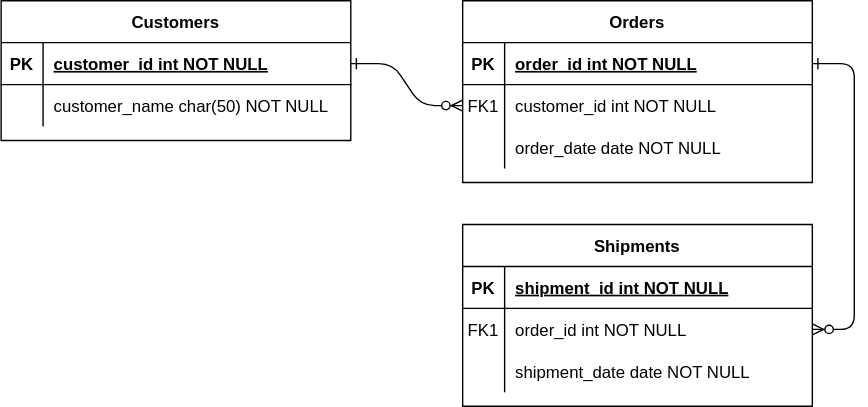
Above: DataBase/ERD/자산실사관리.svg in futuremaker019/TIL (draw.io), before the change. Source tidied: cells renumbered, new cells last; positions are measured from the earlier drawing's top-left corner, leaving out a move shared by most shapes.
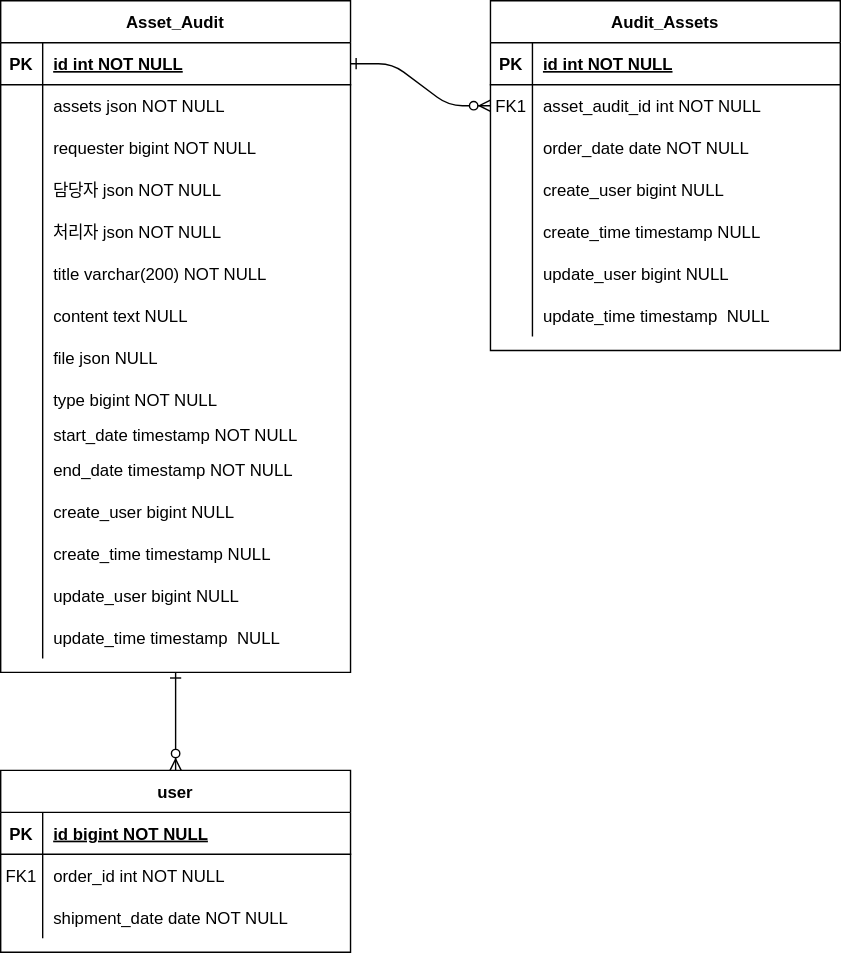
Later version of the same file.

Commit message:
자산실사관리 업데이트

The edit, as a diff of the source:
```diff
@@ -5,11 +5,8 @@
     <mxCell id="2" style="edgeStyle=entityRelationEdgeStyle;endArrow=ERzeroToMany;startArrow=ERone;endFill=1;startFill=0;" parent="1" edge="1" source="25" target="8">
       <mxGeometry relative="1" as="geometry" />
     </mxCell>
-    <mxCell id="3" style="edgeStyle=entityRelationEdgeStyle;endArrow=ERzeroToMany;startArrow=ERone;endFill=1;startFill=0;" parent="1" edge="1" source="5" target="18">
-      <mxGeometry relative="1" as="geometry" />
-    </mxCell>
-    <mxCell id="4" value="Orders" style="shape=table;startSize=30;rowLines=0;fontStyle=1;align=center;" parent="1" vertex="1">
-      <mxGeometry x="330" width="250" height="130" as="geometry" />
+    <mxCell id="4" value="Audit_Assets" style="shape=table;startSize=30;rowLines=0;fontStyle=1;align=center;" parent="1" vertex="1">
+      <mxGeometry x="280" y="-90" width="250" height="250" as="geometry" />
     </mxCell>
     <mxCell id="5" style="shape=partialRectangle;fillColor=none;points=[[0,0.5],[1,0.5]];portConstraint=eastwest;top=0;left=0;right=0;bottom=1;" parent="4" vertex="1">
       <mxGeometry y="30" width="250" height="30" as="geometry" />
@@ -17,7 +14,7 @@
     <mxCell id="6" value="PK" style="shape=partialRectangle;overflow=hidden;fillColor=none;top=0;left=0;bottom=0;right=0;fontStyle=1;" parent="5" vertex="1">
       <mxGeometry width="30" height="30" as="geometry" />
     </mxCell>
-    <mxCell id="7" value="order_id int NOT NULL " style="shape=partialRectangle;overflow=hidden;fillColor=none;top=0;left=0;bottom=0;right=0;align=left;spacingLeft=6;fontStyle=5;" parent="5" vertex="1">
+    <mxCell id="7" value="id int NOT NULL " style="shape=partialRectangle;overflow=hidden;fillColor=none;top=0;left=0;bottom=0;right=0;align=left;spacingLeft=6;fontStyle=5;" parent="5" vertex="1">
       <mxGeometry x="30" width="220" height="30" as="geometry" />
     </mxCell>
     <mxCell id="8" style="shape=partialRectangle;fillColor=none;points=[[0,0.5],[1,0.5]];portConstraint=eastwest;top=0;left=0;right=0;bottom=0;" parent="4" vertex="1">
@@ -26,7 +23,7 @@
     <mxCell id="9" value="FK1" style="shape=partialRectangle;overflow=hidden;fillColor=none;top=0;left=0;bottom=0;right=0;" parent="8" vertex="1">
       <mxGeometry width="30" height="30" as="geometry" />
     </mxCell>
-    <mxCell id="10" value="customer_id int NOT NULL" style="shape=partialRectangle;overflow=hidden;fillColor=none;top=0;left=0;bottom=0;right=0;align=left;spacingLeft=6;" parent="8" vertex="1">
+    <mxCell id="10" value="asset_audit_id int NOT NULL" style="shape=partialRectangle;overflow=hidden;fillColor=none;top=0;left=0;bottom=0;right=0;align=left;spacingLeft=6;" parent="8" vertex="1">
       <mxGeometry x="30" width="220" height="30" as="geometry" />
     </mxCell>
     <mxCell id="11" style="shape=partialRectangle;fillColor=none;top=0;left=0;right=0;bottom=0;" parent="4" vertex="1">
@@ -38,8 +35,44 @@
     <mxCell id="13" value="order_date date NOT NULL" style="shape=partialRectangle;overflow=hidden;fillColor=none;top=0;left=0;bottom=0;right=0;align=left;spacingLeft=6;" parent="11" vertex="1">
       <mxGeometry x="30" width="220" height="30" as="geometry" />
     </mxCell>
+    <mxCell id="31" style="shape=partialRectangle;fillColor=none;top=0;left=0;right=0;bottom=0;" parent="4" vertex="1">
+      <mxGeometry y="120" width="250" height="30" as="geometry" />
+    </mxCell>
+    <mxCell id="32" style="shape=partialRectangle;overflow=hidden;fillColor=none;top=0;left=0;bottom=0;right=0;" parent="31" vertex="1">
+      <mxGeometry width="30" height="30" as="geometry" />
+    </mxCell>
+    <mxCell id="33" style="shape=partialRectangle;overflow=hidden;fillColor=none;top=0;left=0;bottom=0;right=0;align=left;spacingLeft=6;" parent="31" vertex="1">
+      <mxGeometry x="30" width="220" height="30" as="geometry" />
+    </mxCell>
+    <mxCell id="34" style="shape=partialRectangle;fillColor=none;top=0;left=0;right=0;bottom=0;" parent="4" vertex="1">
+      <mxGeometry y="150" width="250" height="30" as="geometry" />
+    </mxCell>
+    <mxCell id="35" style="shape=partialRectangle;overflow=hidden;fillColor=none;top=0;left=0;bottom=0;right=0;" parent="34" vertex="1">
+      <mxGeometry width="30" height="30" as="geometry" />
+    </mxCell>
+    <mxCell id="36" style="shape=partialRectangle;overflow=hidden;fillColor=none;top=0;left=0;bottom=0;right=0;align=left;spacingLeft=6;" parent="34" vertex="1">
+      <mxGeometry x="30" width="220" height="30" as="geometry" />
+    </mxCell>
+    <mxCell id="37" style="shape=partialRectangle;fillColor=none;top=0;left=0;right=0;bottom=0;" parent="4" vertex="1">
+      <mxGeometry y="180" width="250" height="30" as="geometry" />
+    </mxCell>
+    <mxCell id="38" style="shape=partialRectangle;overflow=hidden;fillColor=none;top=0;left=0;bottom=0;right=0;" parent="37" vertex="1">
+      <mxGeometry width="30" height="30" as="geometry" />
+    </mxCell>
+    <mxCell id="39" style="shape=partialRectangle;overflow=hidden;fillColor=none;top=0;left=0;bottom=0;right=0;align=left;spacingLeft=6;" parent="37" vertex="1">
+      <mxGeometry x="30" width="220" height="30" as="geometry" />
+    </mxCell>
+    <mxCell id="40" style="shape=partialRectangle;fillColor=none;top=0;left=0;right=0;bottom=0;" parent="4" vertex="1">
+      <mxGeometry y="210" width="250" height="30" as="geometry" />
+    </mxCell>
+    <mxCell id="41" style="shape=partialRectangle;overflow=hidden;fillColor=none;top=0;left=0;bottom=0;right=0;" parent="40" vertex="1">
+      <mxGeometry width="30" height="30" as="geometry" />
+    </mxCell>
+    <mxCell id="42" style="shape=partialRectangle;overflow=hidden;fillColor=none;top=0;left=0;bottom=0;right=0;align=left;spacingLeft=6;" parent="40" vertex="1">
+      <mxGeometry x="30" width="220" height="30" as="geometry" />
+    </mxCell>
-    <mxCell id="14" value="Shipments" style="shape=table;startSize=30;rowLines=0;fontStyle=1;align=center;" parent="1" vertex="1">
-      <mxGeometry x="330" y="160" width="250" height="130" as="geometry" />
+    <mxCell id="14" value="user" style="shape=table;startSize=30;rowLines=0;fontStyle=1;align=center;" parent="1" vertex="1">
+      <mxGeometry x="-70" y="460" width="250" height="130" as="geometry" />
     </mxCell>
     <mxCell id="15" style="shape=partialRectangle;fillColor=none;top=0;left=0;right=0;bottom=1;" parent="14" vertex="1">
       <mxGeometry y="30" width="250" height="30" as="geometry" />
@@ -47,7 +80,7 @@
     <mxCell id="16" value="PK" style="shape=partialRectangle;overflow=hidden;fillColor=none;top=0;left=0;bottom=0;right=0;fontStyle=1;" parent="15" vertex="1">
       <mxGeometry width="30" height="30" as="geometry" />
     </mxCell>
-    <mxCell id="17" value="shipment_id int NOT NULL " style="shape=partialRectangle;overflow=hidden;fillColor=none;top=0;left=0;bottom=0;right=0;align=left;spacingLeft=6;fontStyle=5;" parent="15" vertex="1">
+    <mxCell id="17" value="id bigint NOT NULL " style="shape=partialRectangle;overflow=hidden;fillColor=none;top=0;left=0;bottom=0;right=0;align=left;spacingLeft=6;fontStyle=5;" parent="15" vertex="1">
       <mxGeometry x="30" width="220" height="30" as="geometry" />
     </mxCell>
     <mxCell id="18" style="shape=partialRectangle;fillColor=none;points=[[0,0.5],[1,0.5]];portConstraint=eastwest;top=0;left=0;right=0;bottom=0;" parent="14" vertex="1">
@@ -68,8 +101,8 @@
     <mxCell id="23" value="shipment_date date NOT NULL" style="shape=partialRectangle;overflow=hidden;fillColor=none;top=0;left=0;bottom=0;right=0;align=left;spacingLeft=6;" parent="21" vertex="1">
       <mxGeometry x="30" width="220" height="30" as="geometry" />
     </mxCell>
-    <mxCell id="24" value="Customers" style="shape=table;startSize=30;rowLines=0;fontStyle=1;align=center;" parent="1" vertex="1">
-      <mxGeometry width="250" height="100" as="geometry" />
+    <mxCell id="24" value="Asset_Audit" style="shape=table;startSize=30;rowLines=0;fontStyle=1;align=center;" parent="1" vertex="1">
+      <mxGeometry x="-70" y="-90" width="250" height="480" as="geometry" />
     </mxCell>
     <mxCell id="25" style="shape=partialRectangle;fillColor=none;points=[[0,0.5],[1,0.5]];portConstraint=eastwest;top=0;left=0;right=0;bottom=1;" parent="24" vertex="1">
       <mxGeometry y="30" width="250" height="30" as="geometry" />
@@ -77,7 +110,7 @@
     <mxCell id="26" value="PK" style="shape=partialRectangle;overflow=hidden;fillColor=none;top=0;left=0;bottom=0;right=0;fontStyle=1;" parent="25" vertex="1">
       <mxGeometry width="30" height="30" as="geometry" />
     </mxCell>
-    <mxCell id="27" value="customer_id int NOT NULL " style="shape=partialRectangle;overflow=hidden;fillColor=none;top=0;left=0;bottom=0;right=0;align=left;spacingLeft=6;fontStyle=5;" parent="25" vertex="1">
+    <mxCell id="27" value="id int NOT NULL " style="shape=partialRectangle;overflow=hidden;fillColor=none;top=0;left=0;bottom=0;right=0;align=left;spacingLeft=6;fontStyle=5;" parent="25" vertex="1">
       <mxGeometry x="30" width="220" height="30" as="geometry" />
     </mxCell>
     <mxCell id="28" style="shape=partialRectangle;fillColor=none;top=0;left=0;right=0;bottom=0;" parent="24" vertex="1">
@@ -86,8 +119,140 @@
     <mxCell id="29" style="shape=partialRectangle;overflow=hidden;fillColor=none;top=0;left=0;bottom=0;right=0;" parent="28" vertex="1">
       <mxGeometry width="30" height="30" as="geometry" />
     </mxCell>
-    <mxCell id="30" value="customer_name char(50) NOT NULL" style="shape=partialRectangle;overflow=hidden;fillColor=none;top=0;left=0;bottom=0;right=0;align=left;spacingLeft=6;" parent="28" vertex="1">
+    <mxCell id="30" value="assets json NOT NULL" style="shape=partialRectangle;overflow=hidden;fillColor=none;top=0;left=0;bottom=0;right=0;align=left;spacingLeft=6;" parent="28" vertex="1">
       <mxGeometry x="30" width="220" height="30" as="geometry" />
     </mxCell>
+    <mxCell id="43" style="shape=partialRectangle;fillColor=none;top=0;left=0;right=0;bottom=0;" parent="24" vertex="1">
+      <mxGeometry y="90" width="250" height="30" as="geometry" />
+    </mxCell>
+    <mxCell id="44" style="shape=partialRectangle;overflow=hidden;fillColor=none;top=0;left=0;bottom=0;right=0;" parent="43" vertex="1">
+      <mxGeometry width="30" height="30" as="geometry" />
+    </mxCell>
+    <mxCell id="45" value="requester bigint NOT NULL" style="shape=partialRectangle;overflow=hidden;fillColor=none;top=0;left=0;bottom=0;right=0;align=left;spacingLeft=6;" parent="43" vertex="1">
+      <mxGeometry x="30" width="220" height="30" as="geometry" />
+    </mxCell>
+    <mxCell id="46" style="shape=partialRectangle;fillColor=none;top=0;left=0;right=0;bottom=0;" parent="24" vertex="1">
+      <mxGeometry y="120" width="250" height="30" as="geometry" />
+    </mxCell>
+    <mxCell id="47" style="shape=partialRectangle;overflow=hidden;fillColor=none;top=0;left=0;bottom=0;right=0;" parent="46" vertex="1">
+      <mxGeometry width="30" height="30" as="geometry" />
+    </mxCell>
+    <mxCell id="48" value="담당자 json NOT NULL" style="shape=partialRectangle;overflow=hidden;fillColor=none;top=0;left=0;bottom=0;right=0;align=left;spacingLeft=6;" parent="46" vertex="1">
+      <mxGeometry x="30" width="220" height="30" as="geometry" />
+    </mxCell>
+    <mxCell id="49" style="shape=partialRectangle;fillColor=none;top=0;left=0;right=0;bottom=0;" parent="24" vertex="1">
+      <mxGeometry y="150" width="250" height="30" as="geometry" />
+    </mxCell>
+    <mxCell id="50" style="shape=partialRectangle;overflow=hidden;fillColor=none;top=0;left=0;bottom=0;right=0;" parent="49" vertex="1">
+      <mxGeometry width="30" height="30" as="geometry" />
+    </mxCell>
+    <mxCell id="51" value="처리자 json NOT NULL" style="shape=partialRectangle;overflow=hidden;fillColor=none;top=0;left=0;bottom=0;right=0;align=left;spacingLeft=6;" parent="49" vertex="1">
+      <mxGeometry x="30" width="220" height="30" as="geometry" />
+    </mxCell>
+    <mxCell id="52" style="shape=partialRectangle;fillColor=none;top=0;left=0;right=0;bottom=0;" parent="24" vertex="1">
+      <mxGeometry y="180" width="250" height="30" as="geometry" />
+    </mxCell>
+    <mxCell id="53" style="shape=partialRectangle;overflow=hidden;fillColor=none;top=0;left=0;bottom=0;right=0;" parent="52" vertex="1">
+      <mxGeometry width="30" height="30" as="geometry" />
+    </mxCell>
+    <mxCell id="54" value="title varchar(200) NOT NULL" style="shape=partialRectangle;overflow=hidden;fillColor=none;top=0;left=0;bottom=0;right=0;align=left;spacingLeft=6;" parent="52" vertex="1">
+      <mxGeometry x="30" width="220" height="30" as="geometry" />
+    </mxCell>
+    <mxCell id="55" style="shape=partialRectangle;fillColor=none;top=0;left=0;right=0;bottom=0;" parent="24" vertex="1">
+      <mxGeometry y="210" width="250" height="30" as="geometry" />
+    </mxCell>
+    <mxCell id="56" style="shape=partialRectangle;overflow=hidden;fillColor=none;top=0;left=0;bottom=0;right=0;" parent="55" vertex="1">
+      <mxGeometry width="30" height="30" as="geometry" />
+    </mxCell>
+    <mxCell id="57" value="content text NULL" style="shape=partialRectangle;overflow=hidden;fillColor=none;top=0;left=0;bottom=0;right=0;align=left;spacingLeft=6;" parent="55" vertex="1">
+      <mxGeometry x="30" width="220" height="30" as="geometry" />
+    </mxCell>
+    <mxCell id="58" style="shape=partialRectangle;fillColor=none;top=0;left=0;right=0;bottom=0;" parent="24" vertex="1">
+      <mxGeometry y="240" width="250" height="30" as="geometry" />
+    </mxCell>
+    <mxCell id="59" style="shape=partialRectangle;overflow=hidden;fillColor=none;top=0;left=0;bottom=0;right=0;" parent="58" vertex="1">
+      <mxGeometry width="30" height="30" as="geometry" />
+    </mxCell>
+    <mxCell id="60" value="file json NULL" style="shape=partialRectangle;overflow=hidden;fillColor=none;top=0;left=0;bottom=0;right=0;align=left;spacingLeft=6;" parent="58" vertex="1">
+      <mxGeometry x="30" width="220" height="30" as="geometry" />
+    </mxCell>
+    <mxCell id="61" style="shape=partialRectangle;fillColor=none;top=0;left=0;right=0;bottom=0;" parent="24" vertex="1">
+      <mxGeometry y="270" width="250" height="30" as="geometry" />
+    </mxCell>
+    <mxCell id="62" style="shape=partialRectangle;overflow=hidden;fillColor=none;top=0;left=0;bottom=0;right=0;" parent="61" vertex="1">
+      <mxGeometry width="30" height="30" as="geometry" />
+    </mxCell>
+    <mxCell id="63" value="type bigint NOT NULL" style="shape=partialRectangle;overflow=hidden;fillColor=none;top=0;left=0;bottom=0;right=0;align=left;spacingLeft=6;" parent="61" vertex="1">
+      <mxGeometry x="30" width="220" height="30" as="geometry" />
+    </mxCell>
+    <mxCell id="64" style="shape=partialRectangle;fillColor=none;top=0;left=0;right=0;bottom=0;" parent="24" vertex="1">
+      <mxGeometry y="300" width="250" height="20" as="geometry" />
+    </mxCell>
+    <mxCell id="65" style="shape=partialRectangle;overflow=hidden;fillColor=none;top=0;left=0;bottom=0;right=0;" parent="64" vertex="1">
+      <mxGeometry width="30" height="20" as="geometry" />
+    </mxCell>
+    <mxCell id="66" value="start_date timestamp NOT NULL" style="shape=partialRectangle;overflow=hidden;fillColor=none;top=0;left=0;bottom=0;right=0;align=left;spacingLeft=6;" parent="64" vertex="1">
+      <mxGeometry x="30" width="220" height="20" as="geometry" />
+    </mxCell>
+    <mxCell id="67" style="shape=partialRectangle;fillColor=none;top=0;left=0;right=0;bottom=0;" parent="24" vertex="1">
+      <mxGeometry y="320" width="250" height="30" as="geometry" />
+    </mxCell>
+    <mxCell id="68" style="shape=partialRectangle;overflow=hidden;fillColor=none;top=0;left=0;bottom=0;right=0;" parent="67" vertex="1">
+      <mxGeometry width="30" height="30" as="geometry" />
+    </mxCell>
+    <mxCell id="69" value="end_date timestamp NOT NULL" style="shape=partialRectangle;overflow=hidden;fillColor=none;top=0;left=0;bottom=0;right=0;align=left;spacingLeft=6;" parent="67" vertex="1">
+      <mxGeometry x="30" width="220" height="30" as="geometry" />
+    </mxCell>
+    <mxCell id="70" style="shape=partialRectangle;fillColor=none;top=0;left=0;right=0;bottom=0;" parent="24" vertex="1">
+      <mxGeometry y="350" width="250" height="30" as="geometry" />
+    </mxCell>
+    <mxCell id="71" style="shape=partialRectangle;overflow=hidden;fillColor=none;top=0;left=0;bottom=0;right=0;" parent="70" vertex="1">
+      <mxGeometry width="30" height="30" as="geometry" />
+    </mxCell>
+    <mxCell id="72" value="create_user bigint NULL" style="shape=partialRectangle;overflow=hidden;fillColor=none;top=0;left=0;bottom=0;right=0;align=left;spacingLeft=6;" parent="70" vertex="1">
+      <mxGeometry x="30" width="220" height="30" as="geometry" />
+    </mxCell>
+    <mxCell id="73" style="shape=partialRectangle;fillColor=none;top=0;left=0;right=0;bottom=0;" parent="24" vertex="1">
+      <mxGeometry y="380" width="250" height="30" as="geometry" />
+    </mxCell>
+    <mxCell id="74" style="shape=partialRectangle;overflow=hidden;fillColor=none;top=0;left=0;bottom=0;right=0;" parent="73" vertex="1">
+      <mxGeometry width="30" height="30" as="geometry" />
+    </mxCell>
+    <mxCell id="75" value="create_time timestamp NULL" style="shape=partialRectangle;overflow=hidden;fillColor=none;top=0;left=0;bottom=0;right=0;align=left;spacingLeft=6;" parent="73" vertex="1">
+      <mxGeometry x="30" width="220" height="30" as="geometry" />
+    </mxCell>
+    <mxCell id="76" style="shape=partialRectangle;fillColor=none;top=0;left=0;right=0;bottom=0;" parent="24" vertex="1">
+      <mxGeometry y="410" width="250" height="30" as="geometry" />
+    </mxCell>
+    <mxCell id="77" style="shape=partialRectangle;overflow=hidden;fillColor=none;top=0;left=0;bottom=0;right=0;" parent="76" vertex="1">
+      <mxGeometry width="30" height="30" as="geometry" />
+    </mxCell>
+    <mxCell id="78" value="update_user bigint NULL" style="shape=partialRectangle;overflow=hidden;fillColor=none;top=0;left=0;bottom=0;right=0;align=left;spacingLeft=6;" parent="76" vertex="1">
+      <mxGeometry x="30" width="220" height="30" as="geometry" />
+    </mxCell>
+    <mxCell id="79" style="shape=partialRectangle;fillColor=none;top=0;left=0;right=0;bottom=0;" parent="24" vertex="1">
+      <mxGeometry y="440" width="250" height="30" as="geometry" />
+    </mxCell>
+    <mxCell id="80" style="shape=partialRectangle;overflow=hidden;fillColor=none;top=0;left=0;bottom=0;right=0;" parent="79" vertex="1">
+      <mxGeometry width="30" height="30" as="geometry" />
+    </mxCell>
+    <mxCell id="81" value="update_time timestamp  NULL" style="shape=partialRectangle;overflow=hidden;fillColor=none;top=0;left=0;bottom=0;right=0;align=left;spacingLeft=6;" parent="79" vertex="1">
+      <mxGeometry x="30" width="220" height="30" as="geometry" />
+    </mxCell>
+    <mxCell id="82" style="endArrow=ERzeroToMany;startArrow=ERone;endFill=1;startFill=0;entryX=0.5;entryY=0;entryDx=0;entryDy=0;exitX=0.5;exitY=1;exitDx=0;exitDy=0;" parent="1" edge="1" source="24" target="14">
+      <mxGeometry relative="1" as="geometry" />
+    </mxCell>
+    <mxCell id="83" value="create_user bigint NULL" style="shape=partialRectangle;overflow=hidden;fillColor=none;top=0;left=0;bottom=0;right=0;align=left;spacingLeft=6;" parent="1" vertex="1">
+      <mxGeometry x="310" y="30" width="220" height="30" as="geometry" />
+    </mxCell>
+    <mxCell id="84" value="create_time timestamp NULL" style="shape=partialRectangle;overflow=hidden;fillColor=none;top=0;left=0;bottom=0;right=0;align=left;spacingLeft=6;" parent="1" vertex="1">
+      <mxGeometry x="310" y="60" width="220" height="30" as="geometry" />
+    </mxCell>
+    <mxCell id="85" value="update_user bigint NULL" style="shape=partialRectangle;overflow=hidden;fillColor=none;top=0;left=0;bottom=0;right=0;align=left;spacingLeft=6;" parent="1" vertex="1">
+      <mxGeometry x="310" y="90" width="220" height="30" as="geometry" />
+    </mxCell>
+    <mxCell id="86" value="update_time timestamp  NULL" style="shape=partialRectangle;overflow=hidden;fillColor=none;top=0;left=0;bottom=0;right=0;align=left;spacingLeft=6;" parent="1" vertex="1">
+      <mxGeometry x="310" y="120" width="220" height="30" as="geometry" />
+    </mxCell>
   </root>
 </mxGraphModel>
```
